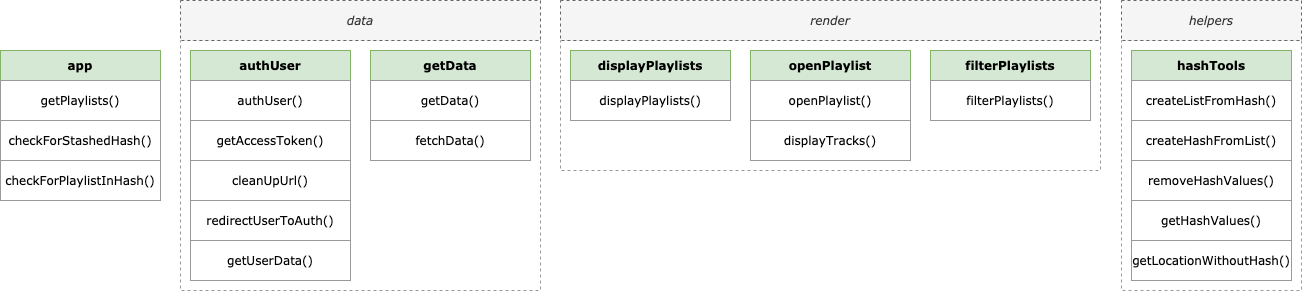
Above: docs/actordiagram.png in SjorsWijsman/web-app-from-scratch-2021 (draw.io), before the change. Source tidied: cells renumbered, new cells last; positions are measured from the earlier drawing's top-left corner, leaving out a move shared by most shapes.
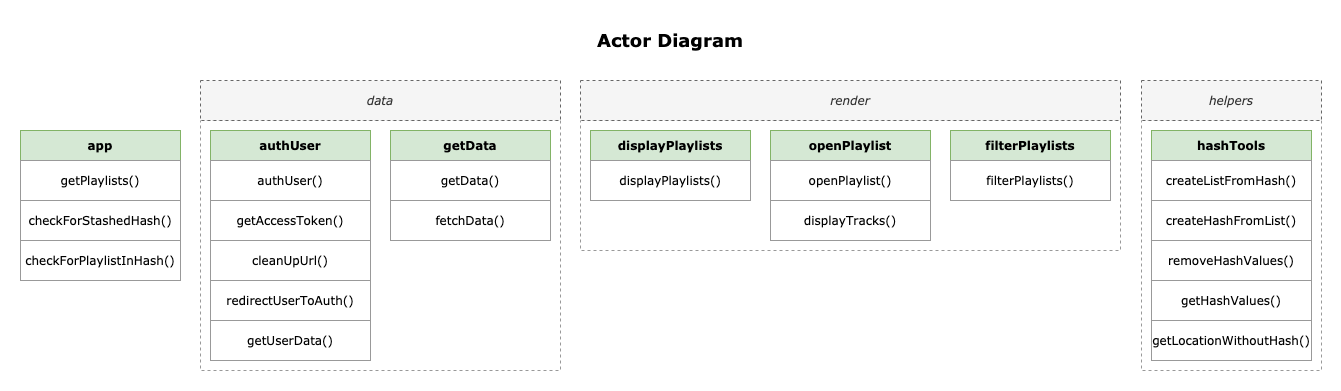
The same diagram one commit later.

Change to the diagram source:
```diff
@@ -2,6 +2,9 @@
   <root>
     <mxCell id="0" />
     <mxCell id="1" parent="0" />
+    <mxCell id="34" style="rounded=0;whiteSpace=wrap;html=1;strokeColor=none;" parent="1" vertex="1">
+      <mxGeometry x="-20" y="-80" width="1340" height="390" as="geometry" />
+    </mxCell>
     <mxCell id="2" value="app" style="rounded=0;whiteSpace=wrap;html=1;fillColor=#d5e8d4;strokeColor=#82b366;fontFamily=Verdana;fontStyle=1;" parent="1" vertex="1">
       <mxGeometry y="50" width="160" height="30" as="geometry" />
     </mxCell>
@@ -98,5 +101,8 @@
     <mxCell id="33" value="getLocationWithoutHash()" style="rounded=0;whiteSpace=wrap;html=1;fontFamily=Verdana;fontStyle=0;strokeColor=#999999;" parent="1" vertex="1">
       <mxGeometry x="1131" y="240" width="160" height="40" as="geometry" />
     </mxCell>
+    <mxCell id="35" value="Actor Diagram" style="text;html=1;strokeColor=none;fillColor=none;align=center;verticalAlign=middle;whiteSpace=wrap;rounded=0;fontSize=18;fontFamily=Verdana;fontStyle=1;" parent="1" vertex="1">
+      <mxGeometry x="570" y="-50" width="160" height="20" as="geometry" />
+    </mxCell>
   </root>
 </mxGraphModel>
```
